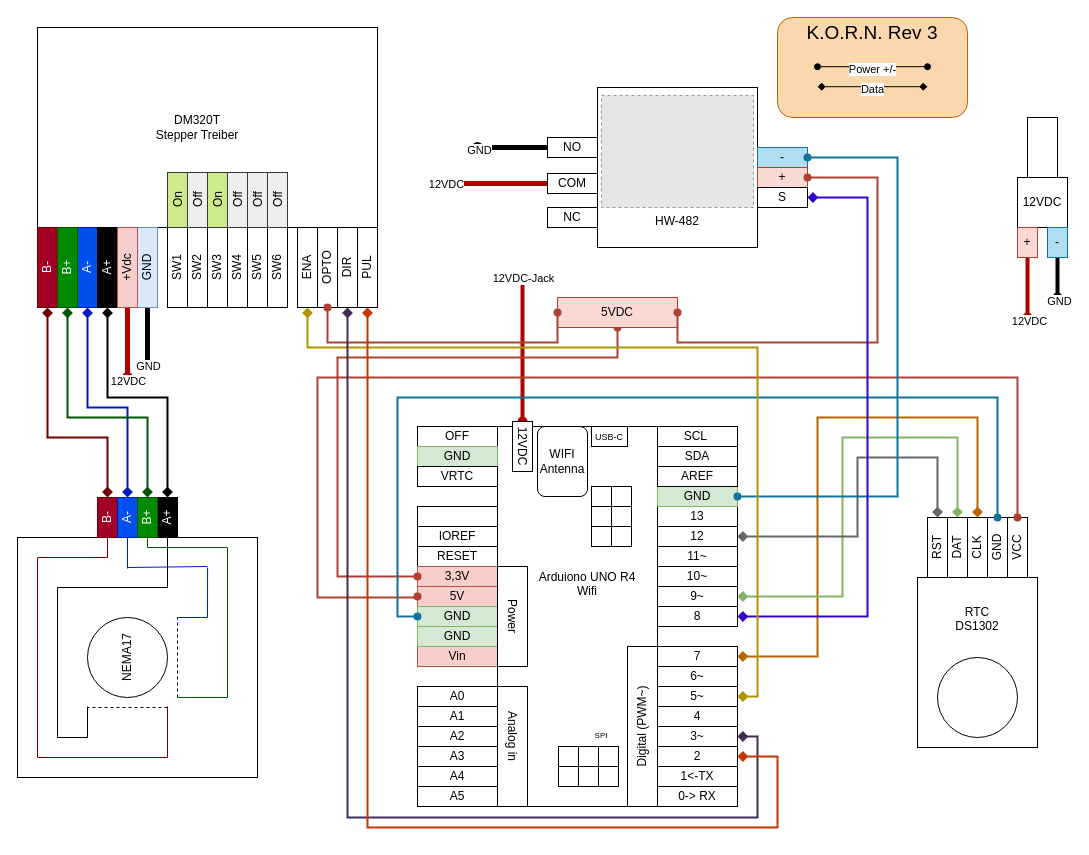
jinxblackzoo/K.O.R.N. keeps this draw.io diagram as KORN_Rev3/pics_video_additional-info/KORN-Schaltplan.drawio. Above is the earlier version. Source tidied: cells renumbered, new cells numbered last; positions are measured from the earlier drawing's top-left corner, leaving out a move shared by most shapes. Both pictures are drawn from the tidied source at 100%, with x=0, y=0 at pixel (-3, -43). Pictures stored in the file or linked from it are replaced by grey dashed boxes.
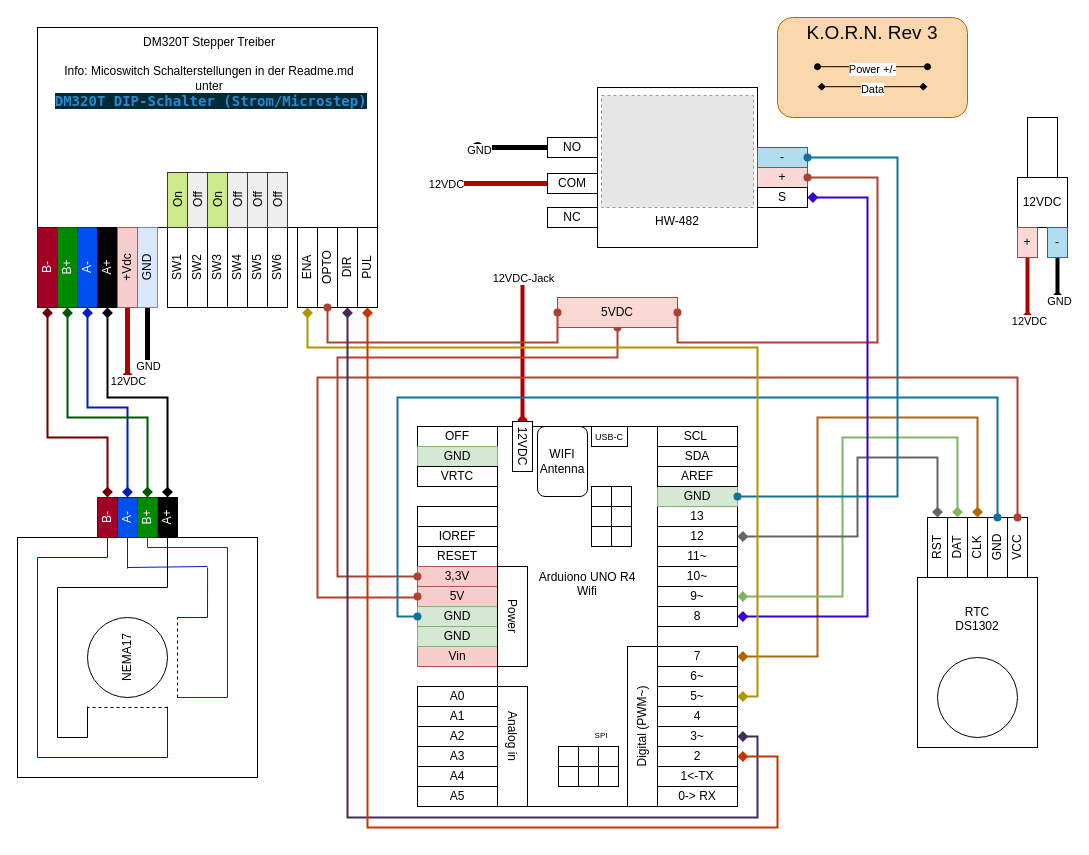
The same diagram, later.

Diff of the diagram source:
```diff
@@
     <mxCell id="65" style="group;rotation=-90;strokeWidth=2;" parent="1" vertex="1">
-      <mxGeometry x="70" y="40" width="280" height="340" as="geometry" />
+      <mxGeometry x="70" y="40" width="290" height="340" as="geometry" />
     </mxCell>
@@
-    <mxCell id="87" value="DM320T Stepper Treiber" style="text;html=1;align=center;verticalAlign=middle;whiteSpace=wrap;rounded=0;rotation=0;" parent="65" vertex="1">
-      <mxGeometry x="85" y="115" width="90" height="30" as="geometry" />
+    <mxCell id="87" value="DM320T Stepper Treiber&lt;div&gt;&lt;br&gt;&lt;/div&gt;&lt;div&gt;Info: Micoswitch Schalterstellungen in der Readme.md unter&lt;/div&gt;&lt;div&gt;&amp;nbsp;&lt;span style=&quot;color: rgb(38, 139, 210); font-weight: bold; background-color: rgb(0, 43, 54); font-family: &amp;quot;Droid Sans Mono&amp;quot;, &amp;quot;monospace&amp;quot;, monospace; font-size: 14px; white-space: pre;&quot;&gt;DM320T DIP‑Schalter (Strom/Microstep)&lt;/span&gt;&lt;/div&gt;" style="text;html=1;align=center;verticalAlign=middle;whiteSpace=wrap;rounded=0;rotation=0;" parent="65" vertex="1">
+      <mxGeometry x="-7.5" y="60" width="297.5" height="30" as="geometry" />
     </mxCell>
```
